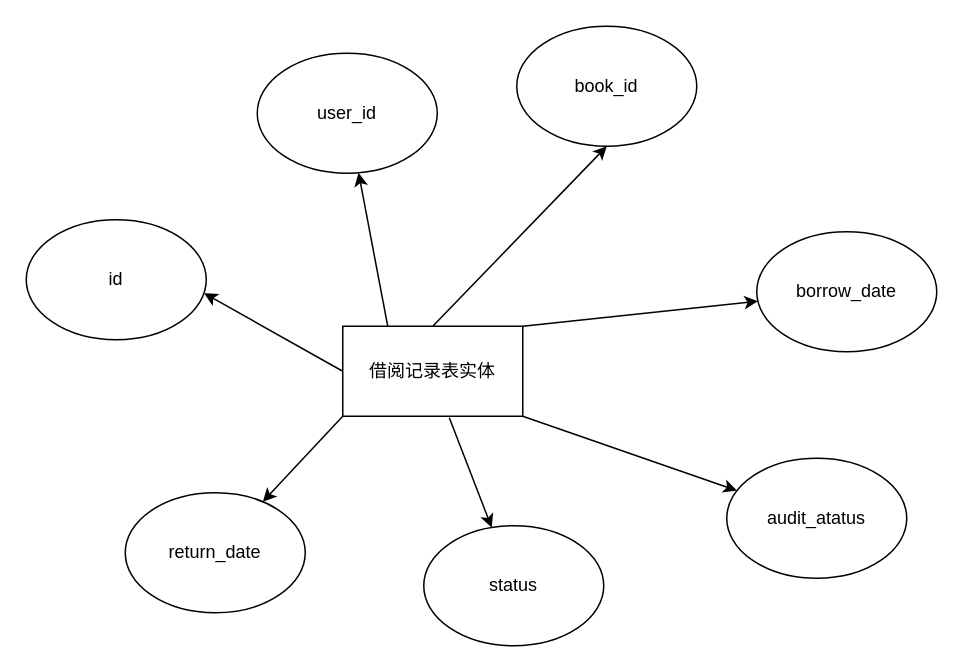
Above: database/book_borrow_record.drawio in xiaohei7529/bms (draw.io), before the change. Source tidied: cells renumbered, new cells numbered last; positions are measured from the earlier drawing's top-left corner, leaving out a move shared by most shapes. Both pictures are drawn from the tidied source at 150%, with x=0, y=0 at pixel (26, 26).
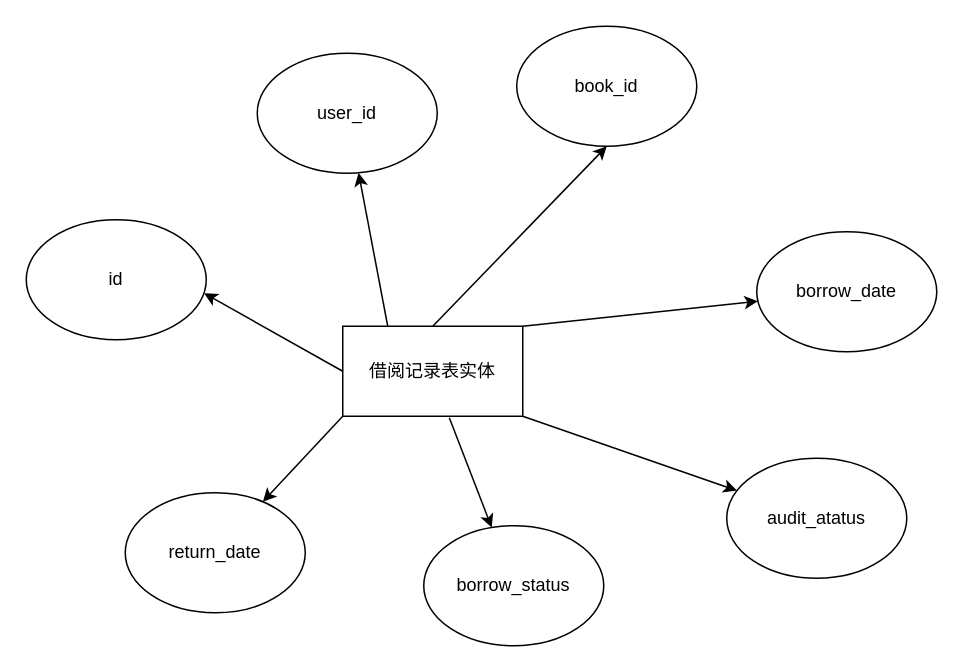
The same page after the edit.

What changed in the source:
```diff
@@
 <mxGraphModel>
   <root>
     <mxCell id="0" />
     <mxCell id="1" parent="0" />
     <mxCell id="2" value="借阅记录表实体" style="rounded=0;whiteSpace=wrap;html=1;" parent="1" vertex="1">
       <mxGeometry x="211" y="200" width="120" height="60" as="geometry" />
     </mxCell>
     <mxCell id="3" value="user_id" style="ellipse;whiteSpace=wrap;html=1;" parent="1" vertex="1">
       <mxGeometry x="154" y="18" width="120" height="80" as="geometry" />
     </mxCell>
     <mxCell id="4" value="book_id" style="ellipse;whiteSpace=wrap;html=1;" parent="1" vertex="1">
       <mxGeometry x="327" width="120" height="80" as="geometry" />
     </mxCell>
     <mxCell id="5" value="borrow_date" style="ellipse;whiteSpace=wrap;html=1;" parent="1" vertex="1">
       <mxGeometry x="487" y="137" width="120" height="80" as="geometry" />
     </mxCell>
     <mxCell id="6" value="return_date" style="ellipse;whiteSpace=wrap;html=1;" parent="1" vertex="1">
       <mxGeometry x="66" y="311" width="120" height="80" as="geometry" />
     </mxCell>
-    <mxCell id="7" value="status" style="ellipse;whiteSpace=wrap;html=1;" parent="1" vertex="1">
+    <mxCell id="7" value="borrow_status" style="ellipse;whiteSpace=wrap;html=1;" parent="1" vertex="1">
       <mxGeometry x="265" y="333" width="120" height="80" as="geometry" />
     </mxCell>
     <mxCell id="8" style="endArrow=classic;html=1;exitX=0.25;exitY=0;exitDx=0;exitDy=0;" parent="1" edge="1" source="2" target="3">
       <mxGeometry relative="1" as="geometry" />
     </mxCell>
     <mxCell id="9" style="endArrow=classic;html=1;entryX=0.5;entryY=1;entryDx=0;entryDy=0;exitX=0.5;exitY=0;exitDx=0;exitDy=0;" parent="1" edge="1" source="2" target="4">
       <mxGeometry relative="1" as="geometry" />
     </mxCell>
     <mxCell id="10" style="endArrow=classic;html=1;exitX=1;exitY=0;exitDx=0;exitDy=0;" parent="1" edge="1" source="2" target="5">
       <mxGeometry relative="1" as="geometry" />
     </mxCell>
     <mxCell id="11" style="endArrow=classic;html=1;exitX=0;exitY=1;exitDx=0;exitDy=0;" parent="1" edge="1" source="2" target="6">
       <mxGeometry relative="1" as="geometry" />
     </mxCell>
     <mxCell id="12" style="endArrow=classic;html=1;exitX=0.592;exitY=1.017;exitDx=0;exitDy=0;exitPerimeter=0;" parent="1" edge="1" source="2" target="7">
       <mxGeometry relative="1" as="geometry" />
     </mxCell>
     <mxCell id="13" value="audit_atatus" style="ellipse;whiteSpace=wrap;html=1;" parent="1" vertex="1">
       <mxGeometry x="467" y="288" width="120" height="80" as="geometry" />
     </mxCell>
     <mxCell id="14" style="endArrow=classic;html=1;exitX=1;exitY=1;exitDx=0;exitDy=0;" parent="1" edge="1" source="2" target="13">
       <mxGeometry relative="1" as="geometry" />
     </mxCell>
     <mxCell id="15" style="edgeStyle=none;html=1;entryX=0.988;entryY=0.612;entryDx=0;entryDy=0;exitX=0;exitY=0.5;exitDx=0;exitDy=0;entryPerimeter=0;" parent="1" edge="1" source="2" target="16">
       <mxGeometry relative="1" as="geometry" />
     </mxCell>
     <mxCell id="16" value="id" style="ellipse;whiteSpace=wrap;html=1;" parent="1" vertex="1">
       <mxGeometry y="129" width="120" height="80" as="geometry" />
     </mxCell>
   </root>
 </mxGraphModel>
```
